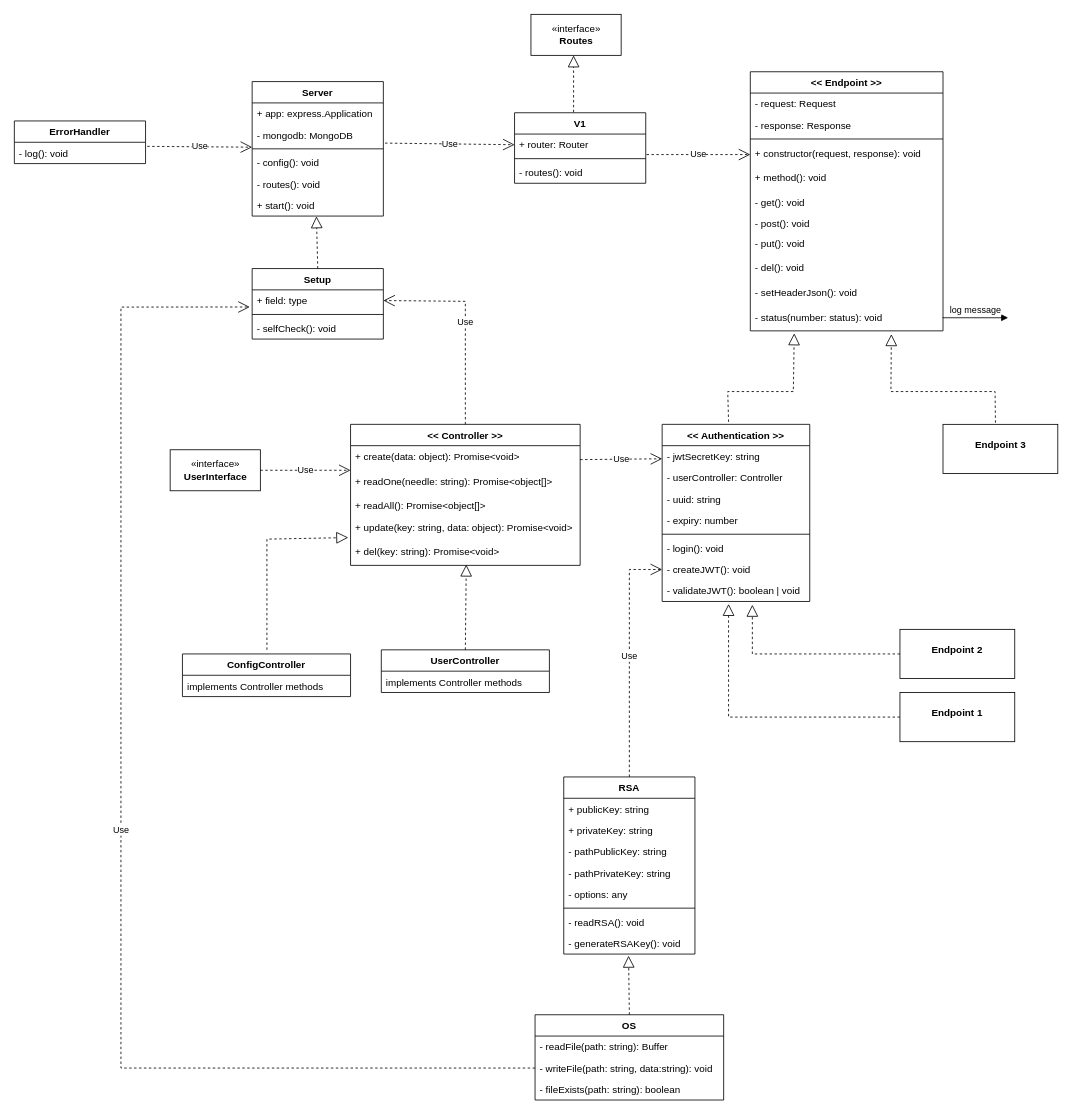
syr0s/tubester-restful-api keeps this draw.io diagram as docs/endpoints.drawio. Above is the earlier version. Source tidied: cells renumbered, new cells numbered last; positions are measured from the earlier drawing's top-left corner, leaving out a move shared by most shapes. Both pictures are drawn from the tidied source at 82%, with x=0, y=0 at pixel (14, 14).
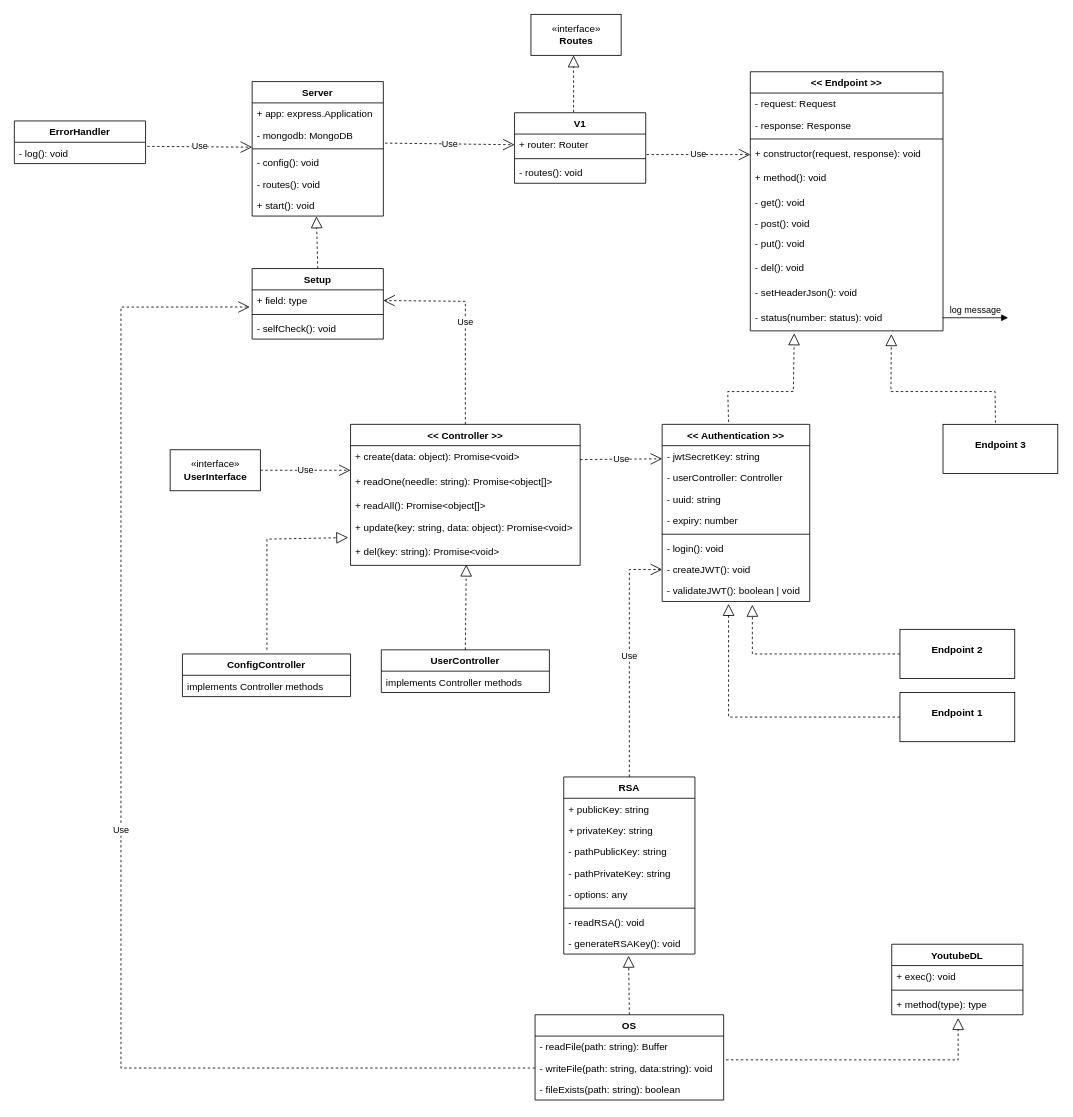
The same page after the edit.

Unchanged cells that the change refers to:
```xml
<mxCell id="72" value="- writeFile(path: string, data:string): void" style="text;strokeColor=none;fillColor=none;align=left;verticalAlign=top;spacingLeft=4;spacingRight=4;overflow=hidden;points=[[0,0.5],[1,0.5]];portConstraint=eastwest;" parent="70" vertex="1">
  <mxGeometry y="52" width="230" height="26" as="geometry" />
</mxCell>
```

Change to the diagram source:
```diff
@@
+    <mxCell id="86" value="YoutubeDL&#10;" style="swimlane;fontStyle=1;align=center;verticalAlign=top;horizontal=1;startSize=26;" parent="1" vertex="1">
+      <mxGeometry x="1070" y="1134" width="160" height="86" as="geometry" />
+    </mxCell>
+    <mxCell id="87" value="+ exec(): void" style="text;strokeColor=none;fillColor=none;align=left;verticalAlign=top;spacingLeft=4;spacingRight=4;overflow=hidden;" parent="86" vertex="1">
+      <mxGeometry y="26" width="160" height="26" as="geometry" />
+    </mxCell>
+    <mxCell id="88" style="line;strokeWidth=1;fillColor=none;align=left;verticalAlign=middle;spacingTop=-1;spacingLeft=3;spacingRight=3;labelPosition=right;" parent="86" vertex="1">
+      <mxGeometry y="52" width="160" height="8" as="geometry" />
+    </mxCell>
+    <mxCell id="89" value="+ method(type): type" style="text;strokeColor=none;fillColor=none;align=left;verticalAlign=top;spacingLeft=4;spacingRight=4;overflow=hidden;points=[[0,0.5],[1,0.5]];portConstraint=eastwest;" parent="86" vertex="1">
+      <mxGeometry y="60" width="160" height="26" as="geometry" />
+    </mxCell>
+    <mxCell id="90" style="endArrow=block;dashed=1;endFill=0;endSize=12;html=1;rounded=0;exitX=1.013;exitY=0.115;exitDx=0;exitDy=0;exitPerimeter=0;entryX=0.506;entryY=1.154;entryDx=0;entryDy=0;entryPerimeter=0;" parent="1" edge="1" source="72" target="89">
+      <mxGeometry relative="1" as="geometry">
+        <Array as="points">
+          <mxPoint x="1151" y="1275" />
+        </Array>
+      </mxGeometry>
+    </mxCell>
```
